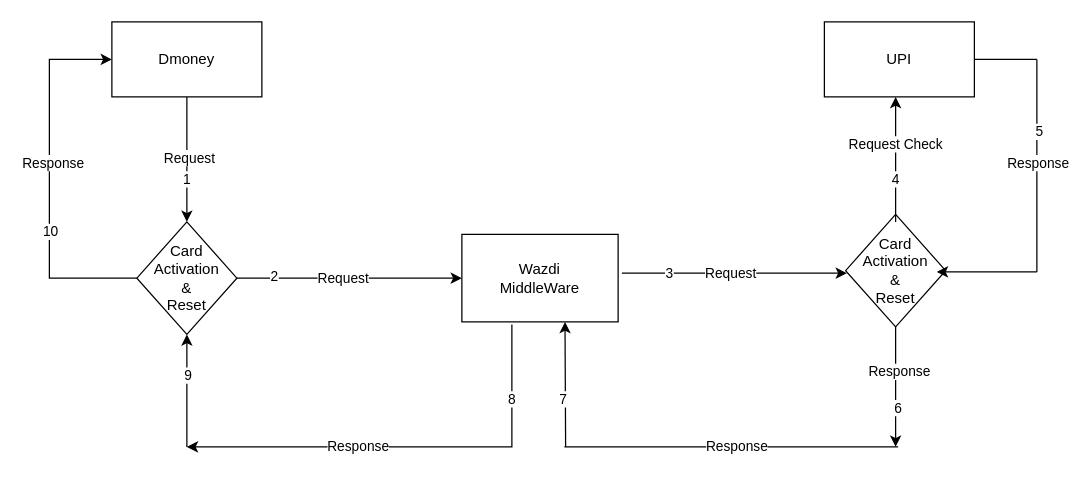
Above: page "Page-1" (1 of 2) of Untitled Diagram.drawio in hanifuddin15/LocalApiTest (draw.io), before the change. Source tidied: cells renumbered, new cells numbered last; positions are measured from the earlier drawing's top-left corner, leaving out a move shared by most shapes. Both pictures are drawn from the tidied source at 125%, with x=0, y=0 at pixel (49, 21).
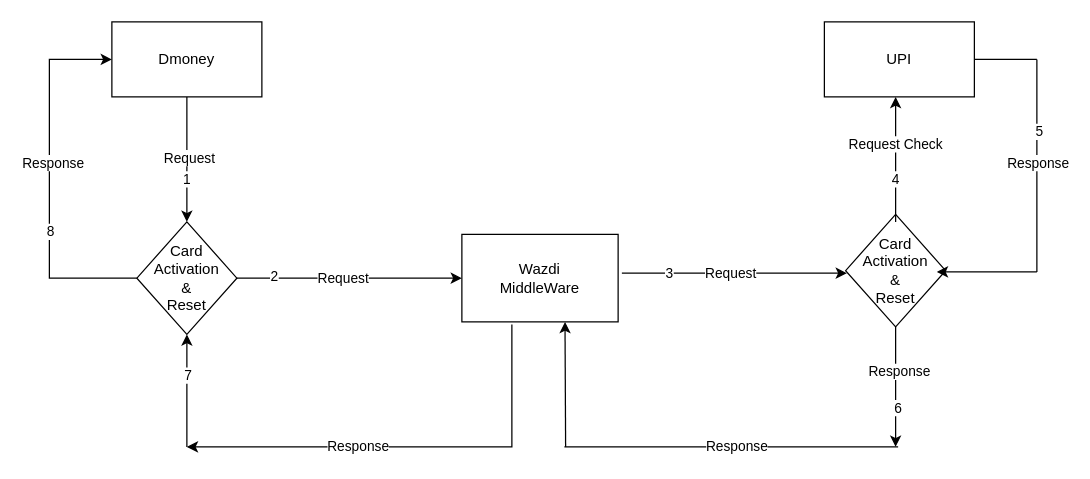
After the change.

Unchanged cells that the change refers to:
```xml
<mxCell id="29" style="endArrow=classic;html=1;rounded=0;entryX=0.5;entryY=1;entryDx=0;entryDy=0;" parent="1" edge="1">
  <mxGeometry relative="1" as="geometry">
    <mxPoint x="413" y="340" as="sourcePoint" />
    <mxPoint x="412.5" y="240" as="targetPoint" />
  </mxGeometry>
</mxCell>
<mxCell id="31" style="endArrow=classic;html=1;rounded=0;exitX=0.32;exitY=1.029;exitDx=0;exitDy=0;exitPerimeter=0;" parent="1" edge="1" source="6">
  <mxGeometry relative="1" as="geometry">
    <mxPoint x="110" y="340" as="targetPoint" />
    <Array as="points">
      <mxPoint x="370" y="340" />
    </Array>
  </mxGeometry>
</mxCell>
<mxCell id="34" style="endArrow=classic;html=1;rounded=0;entryX=0.5;entryY=1;entryDx=0;entryDy=0;" parent="1" edge="1" target="11">
  <mxGeometry relative="1" as="geometry">
    <mxPoint x="110" y="340" as="sourcePoint" />
  </mxGeometry>
</mxCell>
<mxCell id="36" style="endArrow=classic;html=1;rounded=0;exitX=0;exitY=0.5;exitDx=0;exitDy=0;entryX=0;entryY=0.5;entryDx=0;entryDy=0;" parent="1" edge="1" source="11" target="5">
  <mxGeometry relative="1" as="geometry">
    <Array as="points">
      <mxPoint y="205" />
      <mxPoint y="30" />
    </Array>
  </mxGeometry>
</mxCell>
```

Diff of the diagram source:
```diff
@@
-    <mxCell id="30" value="7" style="edgeLabel;html=1;align=center;verticalAlign=middle;" parent="29" vertex="1">
-      <mxGeometry x="-0.22" y="2" relative="1" as="geometry" />
-    </mxCell>
@@
-    <mxCell id="33" value="8" style="edgeLabel;html=1;align=center;verticalAlign=middle;" parent="31" vertex="1">
-      <mxGeometry x="-0.67" y="-1" relative="1" as="geometry" />
-    </mxCell>
@@
-    <mxCell id="35" value="9" style="edgeLabel;html=1;align=center;verticalAlign=middle;" parent="34" vertex="1">
+    <mxCell id="35" value="7" style="edgeLabel;html=1;align=center;verticalAlign=middle;" parent="34" vertex="1">
       <mxGeometry x="0.29" relative="1" as="geometry" />
     </mxCell>
@@
-    <mxCell id="38" value="10" style="edgeLabel;html=1;align=center;verticalAlign=middle;" parent="36" vertex="1">
+    <mxCell id="38" value="8" style="edgeLabel;html=1;align=center;verticalAlign=middle;" parent="36" vertex="1">
       <mxGeometry x="-0.27" relative="1" as="geometry" />
     </mxCell>
```
